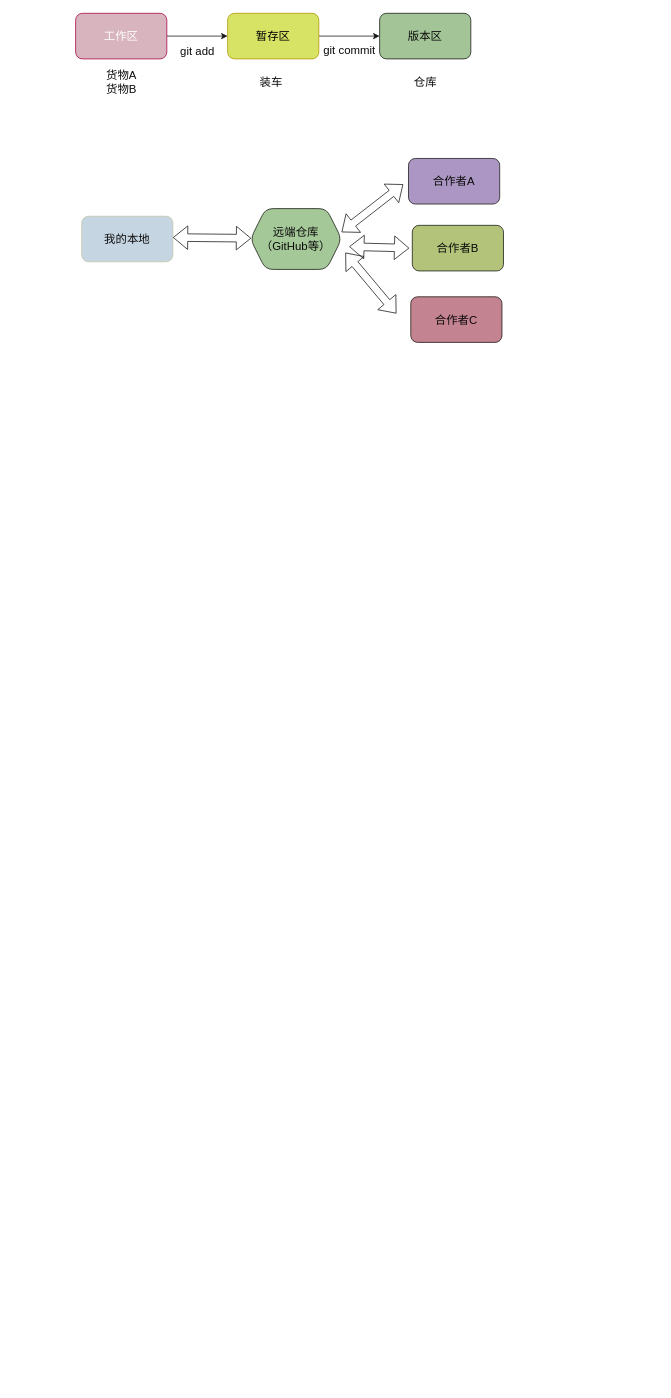
Above: git.drawio in chenmeiya/git_works (draw.io), before the change. Source tidied: cells renumbered, new cells numbered last; positions are measured from the earlier drawing's top-left corner, leaving out a move shared by most shapes. Both pictures are drawn from the tidied source at 76%, with x=0, y=0 at pixel (75, 13).
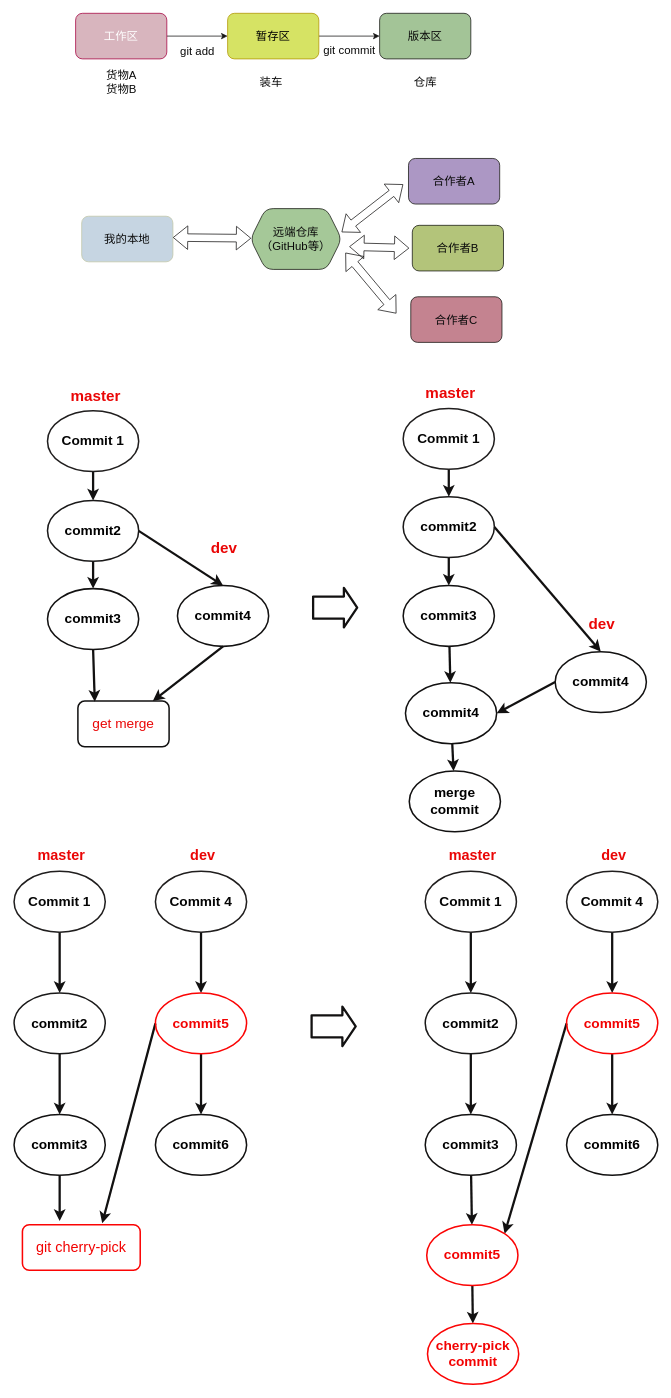
The same diagram, later.

The edit, as a diff of the source:
```diff
@@
+    <mxCell id="21" style="edgeStyle=none;html=1;strokeColor=#121111;strokeWidth=3;" parent="1" edge="1" source="22" target="25">
+      <mxGeometry relative="1" as="geometry" />
+    </mxCell>
+    <mxCell id="22" value="Commit 1" style="ellipse;whiteSpace=wrap;html=1;fillColor=none;strokeColor=#201e1e;fontColor=#050505;fontSize=18;fontStyle=1;strokeWidth=2;" parent="1" vertex="1">
+      <mxGeometry x="-37" y="523" width="120" height="80" as="geometry" />
+    </mxCell>
+    <mxCell id="23" style="edgeStyle=none;html=1;strokeColor=#121111;strokeWidth=3;" parent="1" edge="1" source="25" target="27">
+      <mxGeometry relative="1" as="geometry" />
+    </mxCell>
+    <mxCell id="24" style="edgeStyle=none;html=1;exitX=1;exitY=0.5;exitDx=0;exitDy=0;entryX=0.5;entryY=0;entryDx=0;entryDy=0;strokeColor=#121111;strokeWidth=3;fontSize=18;fontColor=#000000;" parent="1" edge="1" source="25" target="29">
+      <mxGeometry relative="1" as="geometry" />
+    </mxCell>
+    <mxCell id="25" value="commit2" style="ellipse;whiteSpace=wrap;html=1;gradientColor=none;fillColor=none;strokeColor=#1a1919;fontColor=#000000;fontSize=18;fontStyle=1;strokeWidth=2;" parent="1" vertex="1">
+      <mxGeometry x="-37" y="641" width="120" height="80" as="geometry" />
+    </mxCell>
+    <mxCell id="26" style="edgeStyle=none;html=1;exitX=0.5;exitY=1;exitDx=0;exitDy=0;strokeColor=#121111;strokeWidth=3;fontSize=18;fontColor=#ea0606;entryX=0.185;entryY=0.013;entryDx=0;entryDy=0;entryPerimeter=0;" parent="1" edge="1" source="27" target="32">
+      <mxGeometry relative="1" as="geometry" />
+    </mxCell>
+    <mxCell id="27" value="commit3" style="ellipse;whiteSpace=wrap;html=1;strokeColor=#121111;fillColor=none;fontColor=#000000;fontSize=18;fontStyle=1;strokeWidth=2;" parent="1" vertex="1">
+      <mxGeometry x="-37" y="757" width="120" height="80" as="geometry" />
+    </mxCell>
+    <mxCell id="28" style="edgeStyle=none;html=1;exitX=0.5;exitY=1;exitDx=0;exitDy=0;strokeColor=#121111;strokeWidth=3;fontSize=18;fontColor=#ea0606;" parent="1" edge="1" source="29" target="32">
+      <mxGeometry relative="1" as="geometry" />
+    </mxCell>
+    <mxCell id="29" value="commit4" style="ellipse;whiteSpace=wrap;html=1;strokeColor=#121111;fillColor=none;fontColor=#000000;fontSize=18;fontStyle=1;strokeWidth=2;" parent="1" vertex="1">
+      <mxGeometry x="134" y="753" width="120" height="80" as="geometry" />
+    </mxCell>
+    <mxCell id="30" value="master" style="text;html=1;align=center;verticalAlign=middle;strokeColor=none;fillColor=none;fontSize=20;fontColor=#ea0606;fontStyle=1;" parent="1" vertex="1">
+      <mxGeometry x="-16" y="484" width="84" height="36" as="geometry" />
+    </mxCell>
+    <mxCell id="31" value="dev" style="text;html=1;align=center;verticalAlign=middle;strokeColor=none;fillColor=none;fontSize=20;fontColor=#ea0606;fontStyle=1;" parent="1" vertex="1">
+      <mxGeometry x="168.5" y="684" width="52" height="36" as="geometry" />
+    </mxCell>
+    <mxCell id="32" value="get merge" style="rounded=1;whiteSpace=wrap;html=1;strokeColor=#121111;strokeWidth=2;fontSize=18;fontColor=#ea0606;fillColor=none;gradientColor=none;" parent="1" vertex="1">
+      <mxGeometry x="3" y="905" width="120" height="60" as="geometry" />
+    </mxCell>
+    <mxCell id="33" style="edgeStyle=none;html=1;strokeColor=#121111;strokeWidth=3;" parent="1" edge="1" source="34" target="36">
+      <mxGeometry relative="1" as="geometry" />
+    </mxCell>
+    <mxCell id="34" value="Commit 1" style="ellipse;whiteSpace=wrap;html=1;fillColor=none;strokeColor=#201e1e;fontColor=#050505;fontSize=18;fontStyle=1;strokeWidth=2;" parent="1" vertex="1">
+      <mxGeometry x="-81" y="1129" width="120" height="80" as="geometry" />
+    </mxCell>
+    <mxCell id="35" style="edgeStyle=none;html=1;strokeColor=#121111;strokeWidth=3;" parent="1" edge="1" source="36" target="38">
+      <mxGeometry relative="1" as="geometry" />
+    </mxCell>
+    <mxCell id="36" value="commit2" style="ellipse;whiteSpace=wrap;html=1;gradientColor=none;fillColor=none;strokeColor=#1a1919;fontColor=#000000;fontSize=18;fontStyle=1;strokeWidth=2;" parent="1" vertex="1">
+      <mxGeometry x="-81" y="1289" width="120" height="80" as="geometry" />
+    </mxCell>
+    <mxCell id="37" style="edgeStyle=none;html=1;exitX=0.5;exitY=1;exitDx=0;exitDy=0;strokeColor=#121111;strokeWidth=3;fontSize=19;fontColor=#f20202;" parent="1" edge="1" source="38">
+      <mxGeometry relative="1" as="geometry">
+        <mxPoint x="-21" y="1589" as="targetPoint" />
+      </mxGeometry>
+    </mxCell>
+    <mxCell id="38" value="commit3" style="ellipse;whiteSpace=wrap;html=1;strokeColor=#121111;fillColor=none;fontColor=#000000;fontSize=18;fontStyle=1;strokeWidth=2;" parent="1" vertex="1">
+      <mxGeometry x="-81" y="1449" width="120" height="80" as="geometry" />
+    </mxCell>
+    <mxCell id="39" value="master" style="text;html=1;align=center;verticalAlign=middle;strokeColor=none;fillColor=none;fontSize=19;fontColor=#ea0606;fontStyle=1;" parent="1" vertex="1">
+      <mxGeometry x="-59" y="1090" width="80" height="35" as="geometry" />
+    </mxCell>
+    <mxCell id="40" style="edgeStyle=none;html=1;strokeColor=#121111;strokeWidth=3;" parent="1" edge="1" source="41" target="44">
+      <mxGeometry relative="1" as="geometry" />
+    </mxCell>
+    <mxCell id="41" value="Commit 4" style="ellipse;whiteSpace=wrap;html=1;fillColor=none;strokeColor=#201e1e;fontColor=#050505;fontSize=18;fontStyle=1;strokeWidth=2;" parent="1" vertex="1">
+      <mxGeometry x="105" y="1129" width="120" height="80" as="geometry" />
+    </mxCell>
+    <mxCell id="42" style="edgeStyle=none;html=1;strokeColor=#121111;strokeWidth=3;" parent="1" edge="1" source="44" target="45">
+      <mxGeometry relative="1" as="geometry" />
+    </mxCell>
+    <mxCell id="43" style="edgeStyle=none;html=1;exitX=0;exitY=0.5;exitDx=0;exitDy=0;strokeColor=#121111;strokeWidth=3;fontSize=19;fontColor=#f20202;" parent="1" edge="1" source="44">
+      <mxGeometry relative="1" as="geometry">
+        <mxPoint x="35" y="1592" as="targetPoint" />
+      </mxGeometry>
+    </mxCell>
+    <mxCell id="44" value="commit5" style="ellipse;whiteSpace=wrap;html=1;gradientColor=none;fillColor=none;strokeColor=#fb0404;fontColor=#f20202;fontSize=18;fontStyle=1;strokeWidth=2;" parent="1" vertex="1">
+      <mxGeometry x="105" y="1289" width="120" height="80" as="geometry" />
+    </mxCell>
+    <mxCell id="45" value="commit6" style="ellipse;whiteSpace=wrap;html=1;strokeColor=#121111;fillColor=none;fontColor=#000000;fontSize=18;fontStyle=1;strokeWidth=2;" parent="1" vertex="1">
+      <mxGeometry x="105" y="1449" width="120" height="80" as="geometry" />
+    </mxCell>
+    <mxCell id="46" value="dev" style="text;html=1;align=center;verticalAlign=middle;strokeColor=none;fillColor=none;fontSize=19;fontColor=#ea0606;fontStyle=1;" parent="1" vertex="1">
+      <mxGeometry x="141" y="1090" width="51" height="35" as="geometry" />
+    </mxCell>
+    <mxCell id="47" style="shape=flexArrow;endArrow=classic;html=1;strokeColor=#121111;strokeWidth=3;fontSize=18;fontColor=#ea0606;width=27.058823529411764;endSize=4.835294117647059;" parent="1" edge="1">
+      <mxGeometry relative="1" as="geometry">
+        <mxPoint x="311" y="782" as="sourcePoint" />
+        <mxPoint x="372" y="782" as="targetPoint" />
+      </mxGeometry>
+    </mxCell>
+    <mxCell id="48" style="edgeStyle=none;html=1;strokeColor=#121111;strokeWidth=3;" parent="1" edge="1" source="49" target="52">
+      <mxGeometry relative="1" as="geometry" />
+    </mxCell>
+    <mxCell id="49" value="Commit 1" style="ellipse;whiteSpace=wrap;html=1;fillColor=none;strokeColor=#201e1e;fontColor=#050505;fontSize=18;fontStyle=1;strokeWidth=2;" parent="1" vertex="1">
+      <mxGeometry x="431" y="520" width="120" height="80" as="geometry" />
+    </mxCell>
+    <mxCell id="50" style="edgeStyle=none;html=1;strokeColor=#121111;strokeWidth=3;" parent="1" edge="1" source="52" target="54">
+      <mxGeometry relative="1" as="geometry" />
+    </mxCell>
+    <mxCell id="51" style="edgeStyle=none;html=1;exitX=1;exitY=0.5;exitDx=0;exitDy=0;entryX=0.5;entryY=0;entryDx=0;entryDy=0;strokeColor=#121111;strokeWidth=3;fontSize=18;fontColor=#000000;" parent="1" edge="1" source="52" target="56">
+      <mxGeometry relative="1" as="geometry" />
+    </mxCell>
+    <mxCell id="52" value="commit2" style="ellipse;whiteSpace=wrap;html=1;gradientColor=none;fillColor=none;strokeColor=#1a1919;fontColor=#000000;fontSize=18;fontStyle=1;strokeWidth=2;" parent="1" vertex="1">
+      <mxGeometry x="431" y="636" width="120" height="80" as="geometry" />
+    </mxCell>
+    <mxCell id="53" style="edgeStyle=none;html=1;strokeColor=#121111;strokeWidth=3;fontSize=18;fontColor=#ea0606;" parent="1" edge="1" source="54" target="60">
+      <mxGeometry relative="1" as="geometry" />
+    </mxCell>
+    <mxCell id="54" value="commit3" style="ellipse;whiteSpace=wrap;html=1;strokeColor=#121111;fillColor=none;fontColor=#000000;fontSize=18;fontStyle=1;strokeWidth=2;" parent="1" vertex="1">
+      <mxGeometry x="431" y="753" width="120" height="80" as="geometry" />
+    </mxCell>
+    <mxCell id="55" style="edgeStyle=none;html=1;exitX=0;exitY=0.5;exitDx=0;exitDy=0;strokeColor=#121111;strokeWidth=3;fontSize=18;fontColor=#ea0606;entryX=1;entryY=0.5;entryDx=0;entryDy=0;" parent="1" edge="1" source="56" target="60">
+      <mxGeometry relative="1" as="geometry" />
+    </mxCell>
+    <mxCell id="56" value="commit4" style="ellipse;whiteSpace=wrap;html=1;strokeColor=#121111;fillColor=none;fontColor=#000000;fontSize=18;fontStyle=1;strokeWidth=2;" parent="1" vertex="1">
+      <mxGeometry x="631" y="840" width="120" height="80" as="geometry" />
+    </mxCell>
+    <mxCell id="57" value="master" style="text;html=1;align=center;verticalAlign=middle;strokeColor=none;fillColor=none;fontSize=20;fontColor=#ea0606;fontStyle=1;" parent="1" vertex="1">
+      <mxGeometry x="451" y="481" width="84" height="36" as="geometry" />
+    </mxCell>
+    <mxCell id="58" value="dev" style="text;html=1;align=center;verticalAlign=middle;strokeColor=none;fillColor=none;fontSize=20;fontColor=#ea0606;fontStyle=1;" parent="1" vertex="1">
+      <mxGeometry x="665.5" y="784" width="52" height="36" as="geometry" />
+    </mxCell>
+    <mxCell id="59" style="edgeStyle=none;html=1;strokeColor=#121111;strokeWidth=3;fontSize=18;fontColor=#ea0606;" parent="1" edge="1" source="60" target="61">
+      <mxGeometry relative="1" as="geometry" />
+    </mxCell>
+    <mxCell id="60" value="commit4" style="ellipse;whiteSpace=wrap;html=1;strokeColor=#121111;fillColor=none;fontColor=#000000;fontSize=18;fontStyle=1;strokeWidth=2;" parent="1" vertex="1">
+      <mxGeometry x="434" y="881" width="120" height="80" as="geometry" />
+    </mxCell>
+    <mxCell id="61" value="merge commit" style="ellipse;whiteSpace=wrap;html=1;strokeColor=#121111;fillColor=none;fontColor=#000000;fontSize=18;fontStyle=1;strokeWidth=2;" parent="1" vertex="1">
+      <mxGeometry x="439" y="997" width="120" height="80" as="geometry" />
+    </mxCell>
+    <mxCell id="62" value="git cherry-pick" style="rounded=1;whiteSpace=wrap;html=1;strokeColor=#fb0404;strokeWidth=2;fontSize=19;fontColor=#f20202;fillColor=none;gradientColor=none;" parent="1" vertex="1">
+      <mxGeometry x="-70" y="1594" width="155" height="60" as="geometry" />
+    </mxCell>
+    <mxCell id="63" style="shape=flexArrow;endArrow=classic;html=1;strokeColor=#121111;strokeWidth=3;fontSize=18;fontColor=#ea0606;width=27.058823529411764;endSize=4.835294117647059;" parent="1" edge="1">
+      <mxGeometry relative="1" as="geometry">
+        <mxPoint x="309" y="1333" as="sourcePoint" />
+        <mxPoint x="370" y="1333" as="targetPoint" />
+      </mxGeometry>
+    </mxCell>
+    <mxCell id="64" style="edgeStyle=none;html=1;strokeColor=#121111;strokeWidth=3;" parent="1" edge="1" source="65" target="67">
+      <mxGeometry relative="1" as="geometry" />
+    </mxCell>
+    <mxCell id="65" value="Commit 1" style="ellipse;whiteSpace=wrap;html=1;fillColor=none;strokeColor=#201e1e;fontColor=#050505;fontSize=18;fontStyle=1;strokeWidth=2;" parent="1" vertex="1">
+      <mxGeometry x="460" y="1129" width="120" height="80" as="geometry" />
+    </mxCell>
+    <mxCell id="66" style="edgeStyle=none;html=1;strokeColor=#121111;strokeWidth=3;" parent="1" edge="1" source="67" target="69">
+      <mxGeometry relative="1" as="geometry" />
+    </mxCell>
+    <mxCell id="67" value="commit2" style="ellipse;whiteSpace=wrap;html=1;gradientColor=none;fillColor=none;strokeColor=#1a1919;fontColor=#000000;fontSize=18;fontStyle=1;strokeWidth=2;" parent="1" vertex="1">
+      <mxGeometry x="460" y="1289" width="120" height="80" as="geometry" />
+    </mxCell>
+    <mxCell id="68" style="edgeStyle=none;html=1;strokeColor=#121111;strokeWidth=3;fontSize=19;fontColor=#f20202;" parent="1" edge="1" source="69" target="79">
+      <mxGeometry relative="1" as="geometry" />
+    </mxCell>
+    <mxCell id="69" value="commit3" style="ellipse;whiteSpace=wrap;html=1;strokeColor=#121111;fillColor=none;fontColor=#000000;fontSize=18;fontStyle=1;strokeWidth=2;" parent="1" vertex="1">
+      <mxGeometry x="460" y="1449" width="120" height="80" as="geometry" />
+    </mxCell>
+    <mxCell id="70" value="master" style="text;html=1;align=center;verticalAlign=middle;strokeColor=none;fillColor=none;fontSize=19;fontColor=#ea0606;fontStyle=1;" parent="1" vertex="1">
+      <mxGeometry x="482" y="1090" width="80" height="35" as="geometry" />
+    </mxCell>
+    <mxCell id="71" style="edgeStyle=none;html=1;strokeColor=#121111;strokeWidth=3;" parent="1" edge="1" source="72" target="75">
+      <mxGeometry relative="1" as="geometry" />
+    </mxCell>
+    <mxCell id="72" value="Commit 4" style="ellipse;whiteSpace=wrap;html=1;fillColor=none;strokeColor=#201e1e;fontColor=#050505;fontSize=18;fontStyle=1;strokeWidth=2;" parent="1" vertex="1">
+      <mxGeometry x="646" y="1129" width="120" height="80" as="geometry" />
+    </mxCell>
+    <mxCell id="73" style="edgeStyle=none;html=1;strokeColor=#121111;strokeWidth=3;" parent="1" edge="1" source="75" target="76">
+      <mxGeometry relative="1" as="geometry" />
+    </mxCell>
+    <mxCell id="74" style="edgeStyle=none;html=1;exitX=0;exitY=0.5;exitDx=0;exitDy=0;strokeColor=#121111;strokeWidth=3;fontSize=19;fontColor=#f20202;entryX=1;entryY=0;entryDx=0;entryDy=0;" parent="1" edge="1" source="75" target="79">
+      <mxGeometry relative="1" as="geometry" />
+    </mxCell>
+    <mxCell id="75" value="commit5" style="ellipse;whiteSpace=wrap;html=1;gradientColor=none;fillColor=none;strokeColor=#fb0404;fontColor=#f20202;fontSize=18;fontStyle=1;strokeWidth=2;" parent="1" vertex="1">
+      <mxGeometry x="646" y="1289" width="120" height="80" as="geometry" />
+    </mxCell>
+    <mxCell id="76" value="commit6" style="ellipse;whiteSpace=wrap;html=1;strokeColor=#121111;fillColor=none;fontColor=#000000;fontSize=18;fontStyle=1;strokeWidth=2;" parent="1" vertex="1">
+      <mxGeometry x="646" y="1449" width="120" height="80" as="geometry" />
+    </mxCell>
+    <mxCell id="77" value="dev" style="text;html=1;align=center;verticalAlign=middle;strokeColor=none;fillColor=none;fontSize=19;fontColor=#ea0606;fontStyle=1;" parent="1" vertex="1">
+      <mxGeometry x="682" y="1090" width="51" height="35" as="geometry" />
+    </mxCell>
+    <mxCell id="78" style="edgeStyle=none;html=1;strokeColor=#121111;strokeWidth=3;fontSize=19;fontColor=#f20202;" parent="1" edge="1" source="79" target="80">
+      <mxGeometry relative="1" as="geometry" />
+    </mxCell>
+    <mxCell id="79" value="commit5" style="ellipse;whiteSpace=wrap;html=1;gradientColor=none;fillColor=none;strokeColor=#fb0404;fontColor=#f20202;fontSize=18;fontStyle=1;strokeWidth=2;" parent="1" vertex="1">
+      <mxGeometry x="462" y="1594" width="120" height="80" as="geometry" />
+    </mxCell>
+    <mxCell id="80" value="cherry-pick commit" style="ellipse;whiteSpace=wrap;html=1;gradientColor=none;fillColor=none;strokeColor=#fb0404;fontColor=#f20202;fontSize=18;fontStyle=1;strokeWidth=2;" parent="1" vertex="1">
+      <mxGeometry x="463" y="1724" width="120" height="80" as="geometry" />
+    </mxCell>
```
